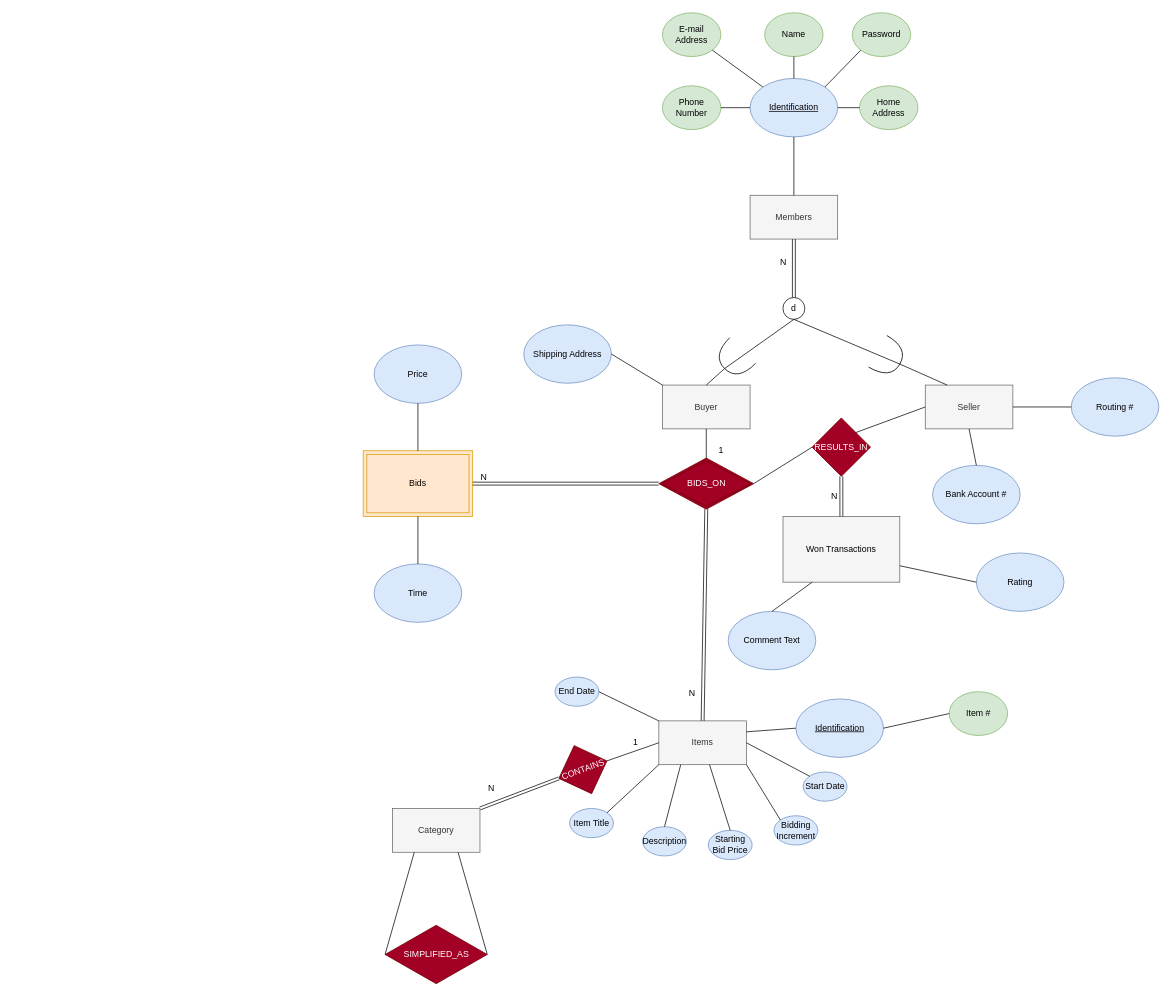
William-BC-CA/CPSC2221_EER_Modelling_Diagram keeps this draw.io diagram as EER Modelling.drawio. Above is the earlier version. Source tidied: cells renumbered, new cells numbered last; positions are measured from the earlier drawing's top-left corner, leaving out a move shared by most shapes. Both pictures are drawn from the tidied source at 73%, with x=0, y=0 at pixel (363, 12).
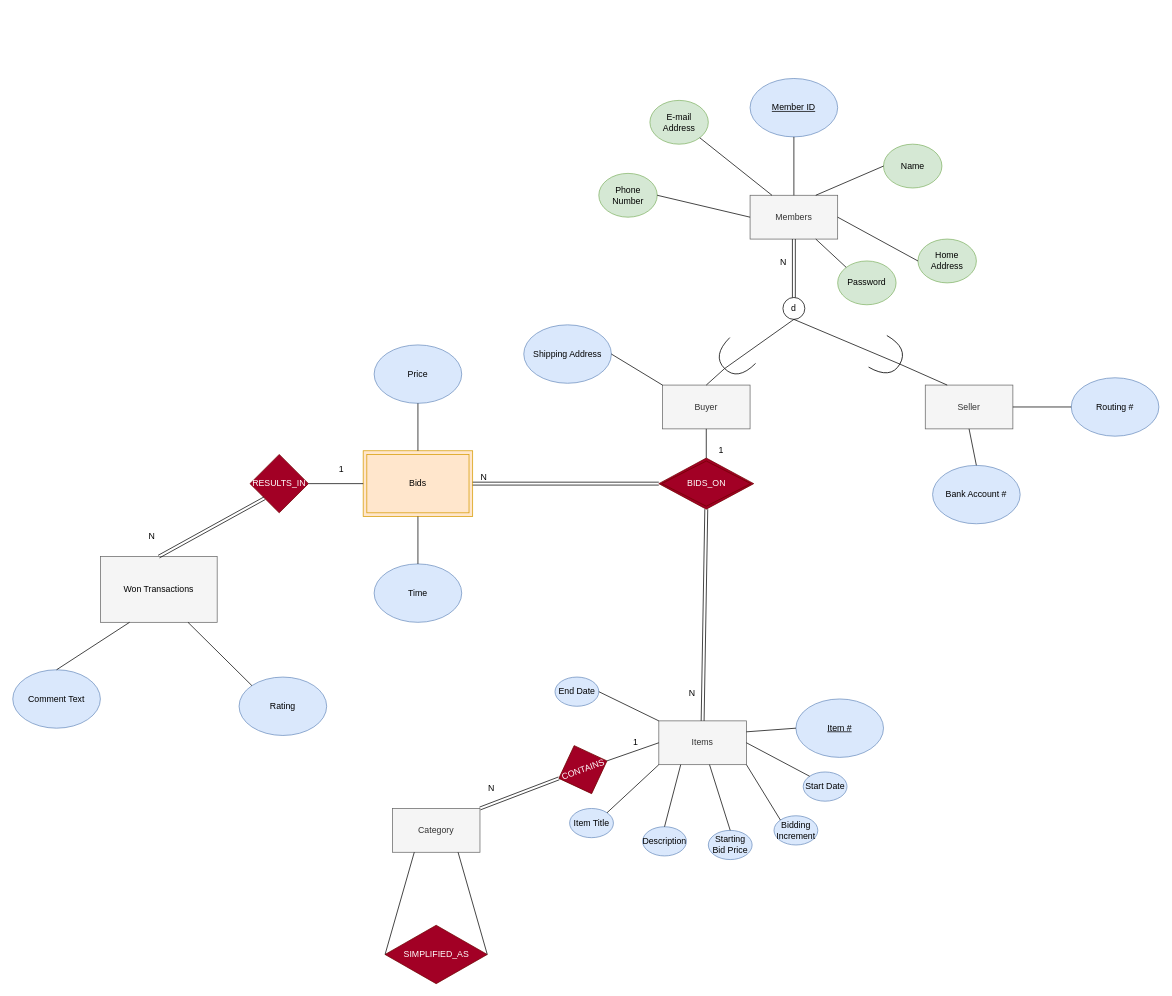
After the change.

Unchanged cells that the change refers to:
```xml
<mxCell id="2" value="Members" style="rounded=0;whiteSpace=wrap;html=1;fillColor=#f5f5f5;fontColor=#333333;strokeColor=#666666;" parent="1" vertex="1">
  <mxGeometry x="530" y="250" width="120" height="60" as="geometry" />
</mxCell>
<mxCell id="19" value="Seller" style="rounded=0;whiteSpace=wrap;html=1;fillColor=#f5f5f5;fontColor=#333333;strokeColor=#666666;" parent="1" vertex="1">
  <mxGeometry x="770" y="510" width="120" height="60" as="geometry" />
</mxCell>
<mxCell id="49" value="Bids" style="shape=ext;margin=3;double=1;whiteSpace=wrap;html=1;align=center;fillColor=#ffe6cc;strokeColor=#d79b00;" parent="1" vertex="1">
  <mxGeometry y="600" width="150" height="90" as="geometry" />
</mxCell>
<mxCell id="54" style="shape=rhombus;double=1;perimeter=rhombusPerimeter;whiteSpace=wrap;html=1;align=center;fillColor=#a20025;fontColor=#ffffff;strokeColor=#6F0000;" parent="1" vertex="1">
  <mxGeometry x="405" y="610" width="130" height="70" as="geometry" />
</mxCell>
```

Change to the diagram source:
```diff
@@
-    <mxCell id="3" value="&lt;u&gt;Identification&lt;/u&gt;" style="ellipse;whiteSpace=wrap;html=1;fillColor=#dae8fc;strokeColor=#6c8ebf;" parent="1" vertex="1">
+    <mxCell id="3" value="&lt;u&gt;Member ID&lt;/u&gt;" style="ellipse;whiteSpace=wrap;html=1;fillColor=#dae8fc;strokeColor=#6c8ebf;" parent="1" vertex="1">
       <mxGeometry x="530" y="90" width="120" height="80" as="geometry" />
     </mxCell>
     <mxCell id="4" value="Name" style="ellipse;whiteSpace=wrap;html=1;fillColor=#d5e8d4;strokeColor=#82b366;" parent="1" vertex="1">
-      <mxGeometry x="550" width="80" height="60" as="geometry" />
+      <mxGeometry x="712.8" y="180" width="80" height="60" as="geometry" />
     </mxCell>
     <mxCell id="5" value="E-mail Address" style="ellipse;whiteSpace=wrap;html=1;fillColor=#d5e8d4;strokeColor=#82b366;" parent="1" vertex="1">
-      <mxGeometry x="410" width="80" height="60" as="geometry" />
+      <mxGeometry x="392.8" y="120" width="80" height="60" as="geometry" />
     </mxCell>
     <mxCell id="6" value="Password" style="ellipse;whiteSpace=wrap;html=1;fillColor=#d5e8d4;strokeColor=#82b366;" parent="1" vertex="1">
-      <mxGeometry x="670" width="80" height="60" as="geometry" />
+      <mxGeometry x="650" y="340" width="80" height="60" as="geometry" />
     </mxCell>
     <mxCell id="7" value="Home Address" style="ellipse;whiteSpace=wrap;html=1;fillColor=#d5e8d4;strokeColor=#82b366;" parent="1" vertex="1">
-      <mxGeometry x="680" y="100" width="80" height="60" as="geometry" />
+      <mxGeometry x="760" y="310" width="80" height="60" as="geometry" />
     </mxCell>
     <mxCell id="8" value="Phone Number" style="ellipse;whiteSpace=wrap;html=1;fillColor=#d5e8d4;strokeColor=#82b366;" parent="1" vertex="1">
-      <mxGeometry x="410" y="100" width="80" height="60" as="geometry" />
+      <mxGeometry x="322.8" y="220" width="80" height="60" as="geometry" />
     </mxCell>
-    <mxCell id="9" style="endArrow=none;html=1;rounded=0;exitX=1;exitY=0.5;exitDx=0;exitDy=0;entryX=0;entryY=0.5;entryDx=0;entryDy=0;" parent="1" edge="1" source="8" target="3">
+    <mxCell id="9" style="endArrow=none;html=1;rounded=0;exitX=1;exitY=0.5;exitDx=0;exitDy=0;entryX=0;entryY=0.5;entryDx=0;entryDy=0;" parent="1" edge="1" source="8" target="2">
       <mxGeometry relative="1" as="geometry" />
     </mxCell>
-    <mxCell id="10" style="endArrow=none;html=1;rounded=0;exitX=1;exitY=1;exitDx=0;exitDy=0;entryX=0;entryY=0;entryDx=0;entryDy=0;" parent="1" edge="1" source="5" target="3">
+    <mxCell id="10" style="endArrow=none;html=1;rounded=0;exitX=1;exitY=1;exitDx=0;exitDy=0;entryX=0.25;entryY=0;entryDx=0;entryDy=0;" parent="1" edge="1" source="5" target="2">
       <mxGeometry relative="1" as="geometry" />
     </mxCell>
-    <mxCell id="11" style="endArrow=none;html=1;rounded=0;exitX=0.5;exitY=1;exitDx=0;exitDy=0;entryX=0.5;entryY=0;entryDx=0;entryDy=0;" parent="1" edge="1" source="4" target="3">
+    <mxCell id="11" style="endArrow=none;html=1;rounded=0;exitX=0;exitY=0.5;exitDx=0;exitDy=0;entryX=0.75;entryY=0;entryDx=0;entryDy=0;" parent="1" edge="1" source="4" target="2">
       <mxGeometry relative="1" as="geometry" />
     </mxCell>
-    <mxCell id="12" style="endArrow=none;html=1;rounded=0;exitX=0;exitY=1;exitDx=0;exitDy=0;entryX=1;entryY=0;entryDx=0;entryDy=0;" parent="1" edge="1" source="6" target="3">
+    <mxCell id="12" style="endArrow=none;html=1;rounded=0;exitX=0;exitY=0;exitDx=0;exitDy=0;entryX=0.75;entryY=1;entryDx=0;entryDy=0;" parent="1" edge="1" source="6" target="2">
       <mxGeometry relative="1" as="geometry" />
     </mxCell>
-    <mxCell id="13" style="endArrow=none;html=1;rounded=0;exitX=1;exitY=0.5;exitDx=0;exitDy=0;entryX=0;entryY=0.5;entryDx=0;entryDy=0;" parent="1" edge="1" source="3" target="7">
+    <mxCell id="13" style="endArrow=none;html=1;rounded=0;exitX=1;exitY=0.5;exitDx=0;exitDy=0;entryX=0;entryY=0.5;entryDx=0;entryDy=0;" parent="1" edge="1" source="2" target="7">
       <mxGeometry relative="1" as="geometry" />
     </mxCell>
@@
-    <mxCell id="29" value="&lt;u&gt;Identification&lt;/u&gt;" style="ellipse;whiteSpace=wrap;html=1;fillColor=#dae8fc;strokeColor=#6c8ebf;" parent="1" vertex="1">
+    <mxCell id="29" value="&lt;u&gt;Item #&lt;/u&gt;" style="ellipse;whiteSpace=wrap;html=1;fillColor=#dae8fc;strokeColor=#6c8ebf;" parent="1" vertex="1">
       <mxGeometry x="592.8" y="940" width="120" height="80" as="geometry" />
     </mxCell>
-    <mxCell id="30" value="Item #" style="ellipse;whiteSpace=wrap;html=1;fillColor=#d5e8d4;strokeColor=#82b366;" parent="1" vertex="1">
-      <mxGeometry x="802.8" y="930" width="80" height="60" as="geometry" />
-    </mxCell>
@@
-    <mxCell id="38" style="endArrow=none;html=1;rounded=0;exitX=1;exitY=0.5;exitDx=0;exitDy=0;entryX=0;entryY=0.5;entryDx=0;entryDy=0;" parent="1" edge="1" source="29" target="30">
-      <mxGeometry relative="1" as="geometry" />
-    </mxCell>
@@
     <mxCell id="68" value="&lt;font color=&quot;#000000&quot;&gt;Won Transactions&lt;/font&gt;" style="rounded=0;whiteSpace=wrap;html=1;fontColor=#333333;fillColor=#f5f5f5;strokeColor=#666666;" parent="1" vertex="1">
-      <mxGeometry x="575.1" y="690" width="160" height="90" as="geometry" />
+      <mxGeometry x="-360" y="745" width="160" height="90" as="geometry" />
     </mxCell>
     <mxCell id="69" value="Rating" style="ellipse;whiteSpace=wrap;html=1;fillColor=#dae8fc;strokeColor=#6c8ebf;" parent="1" vertex="1">
-      <mxGeometry x="840" y="740" width="120" height="80" as="geometry" />
+      <mxGeometry x="-170" y="910" width="120" height="80" as="geometry" />
     </mxCell>
     <mxCell id="70" value="Comment Text" style="ellipse;whiteSpace=wrap;html=1;fillColor=#dae8fc;strokeColor=#6c8ebf;" parent="1" vertex="1">
-      <mxGeometry x="500" y="820" width="120" height="80" as="geometry" />
+      <mxGeometry x="-480" y="900" width="120" height="80" as="geometry" />
     </mxCell>
@@
-    <mxCell id="72" style="endArrow=none;html=1;fontColor=#000000;exitX=1;exitY=0.75;exitDx=0;exitDy=0;entryX=0;entryY=0.5;entryDx=0;entryDy=0;" parent="1" edge="1" source="68" target="69">
+    <mxCell id="72" style="endArrow=none;html=1;fontColor=#000000;exitX=0.75;exitY=1;exitDx=0;exitDy=0;entryX=0;entryY=0;entryDx=0;entryDy=0;" parent="1" edge="1" source="68" target="69">
       <mxGeometry relative="1" as="geometry" />
     </mxCell>
@@
     <mxCell id="75" value="&lt;font color=&quot;#ffffff&quot;&gt;RESULTS_IN&lt;/font&gt;" style="rhombus;whiteSpace=wrap;html=1;fontColor=#ffffff;fillColor=#a20025;strokeColor=#6F0000;" parent="1" vertex="1">
-      <mxGeometry x="615" y="555" width="80" height="80" as="geometry" />
+      <mxGeometry x="-155" y="605" width="80" height="80" as="geometry" />
     </mxCell>
-    <mxCell id="76" style="endArrow=none;html=1;fontColor=#FFFFFF;entryX=0;entryY=0.5;entryDx=0;entryDy=0;exitX=1;exitY=0;exitDx=0;exitDy=0;" parent="1" edge="1" source="75" target="19">
-      <mxGeometry relative="1" as="geometry" />
-    </mxCell>
@@
-    <mxCell id="80" style="shape=link;html=1;rounded=0;fontColor=#FFFFFF;entryX=0.5;entryY=0;entryDx=0;entryDy=0;exitX=0.5;exitY=1;exitDx=0;exitDy=0;" parent="1" edge="1" source="75" target="68">
+    <mxCell id="80" style="shape=link;html=1;rounded=0;fontColor=#FFFFFF;entryX=0.5;entryY=0;entryDx=0;entryDy=0;exitX=0;exitY=1;exitDx=0;exitDy=0;" parent="1" edge="1" source="75" target="68">
       <mxGeometry relative="1" as="geometry" />
     </mxCell>
@@
-    <mxCell id="82" style="endArrow=none;html=1;exitX=1;exitY=0.5;exitDx=0;exitDy=0;entryX=0;entryY=0.5;entryDx=0;entryDy=0;" parent="1" edge="1" source="54" target="75">
-      <mxGeometry relative="1" as="geometry" />
-    </mxCell>
+    <mxCell id="83" style="endArrow=none;html=1;rounded=0;exitX=1;exitY=0.5;exitDx=0;exitDy=0;entryX=0;entryY=0.5;entryDx=0;entryDy=0;" parent="1" edge="1" source="75" target="49">
+      <mxGeometry relative="1" as="geometry" />
+    </mxCell>
+    <mxCell id="84" value="1" style="text;html=1;align=center;verticalAlign=middle;strokeColor=none;fillColor=none;" parent="1" vertex="1">
+      <mxGeometry x="-40" y="615" width="20" height="20" as="geometry" />
+    </mxCell>
```
